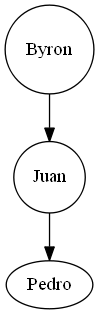
The Graphviz diagram ArbolBinBusqueda.png in ByLy23/Scrabble_CPP, before a commit. Its source is kept beside it as ArbolBinBusqueda.dot.
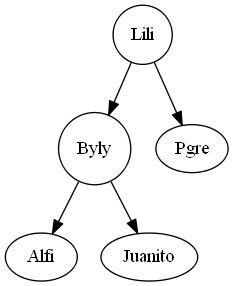
After the change.

The edit, as a diff of the source:
```diff
@@ -1,8 +1,12 @@
 digraph graficaArbolito{
  linkdir=LR
-Byron[shape= circle label="Byron"];
-Juan[shape= circle label="Juan"];
+Lili[shape= circle label="Lili"];
+Byly[shape= circle label="Byly"];
+Byly[shape= circle label="Byly"];
+Lili[shape= circle label="Lili"];
 
-Byron->Juan
-Juan->Pedro
+Lili->Byly
+Byly->Alfi
+Byly->Juanito
+Lili->Pgre
 }
```
